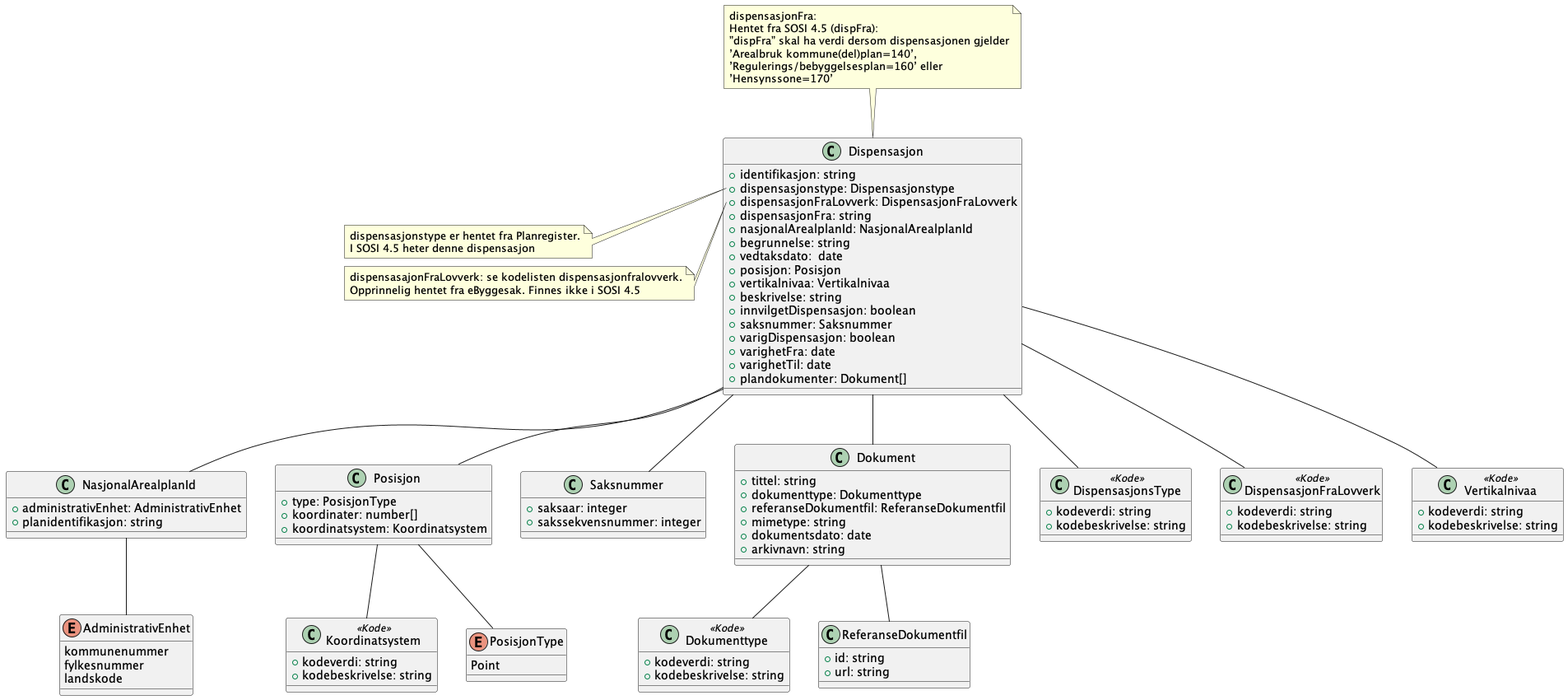
This is Dokumentasjon/V2/ClassDiagrams/no.ks.fiks.plan.v2.felles.dispensasjon/dispensasjon.png from ks-no/fiks-plan-specification, a PlantUML export, as it was before one commit.
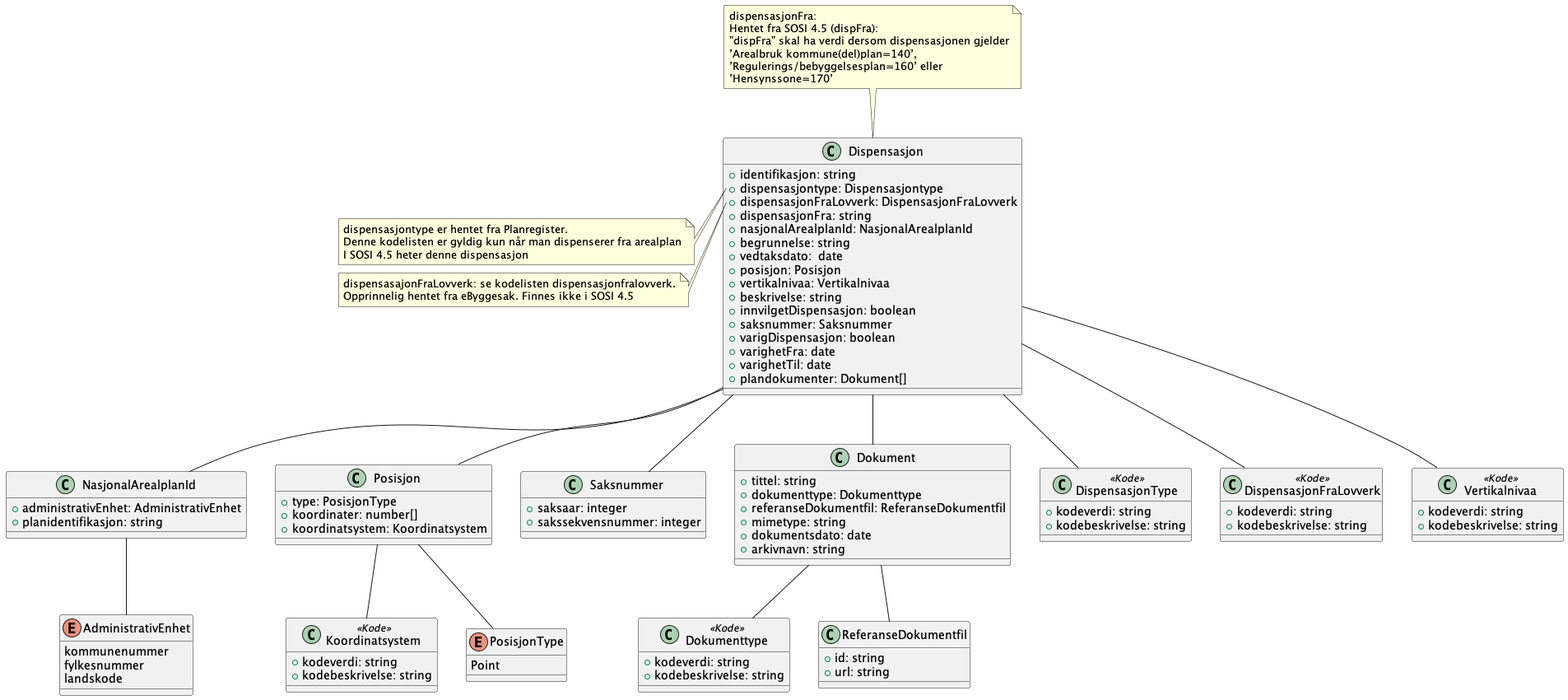
The same file after the commit.

Commit message:
Korrigert dispensasjontype

The edit, as a diff of the source:
```diff
@@ -6,7 +6,7 @@
 
 class Dispensasjon {
     +identifikasjon: string
-    +dispensasjonstype: Dispensasjonstype
+    +dispensasjontype: Dispensasjontype
     +dispensasjonFraLovverk: DispensasjonFraLovverk
     +dispensasjonFra: string
     +nasjonalArealplanId: NasjonalArealplanId
@@ -23,8 +23,9 @@
     +plandokumenter: Dokument[]
 }
 
-note left of Dispensasjon::dispensasjonstype
-    dispensasjonstype er hentet fra Planregister.
+note left of Dispensasjon::dispensasjontype
+    dispensasjontype er hentet fra Planregister.
+    Denne kodelisten er gyldig kun når man dispenserer fra arealplan
     I SOSI 4.5 heter denne dispensasjon
 end note
 
@@ -42,7 +43,7 @@
     ’Hensynssone=170’
 end note
 
-Dispensasjon -- DispensasjonsType
+Dispensasjon -- DispensasjonType
 Dispensasjon -- DispensasjonFraLovverk
 Dispensasjon -- Vertikalnivaa
 Dispensasjon -- NasjonalArealplanId
@@ -50,7 +51,7 @@
 Dispensasjon -- Saksnummer
 Dispensasjon -- Dokument
 
-class DispensasjonsType <<Kode>> {
+class DispensasjonType <<Kode>> {
     +kodeverdi: string
     +kodebeskrivelse: string
 }
```
